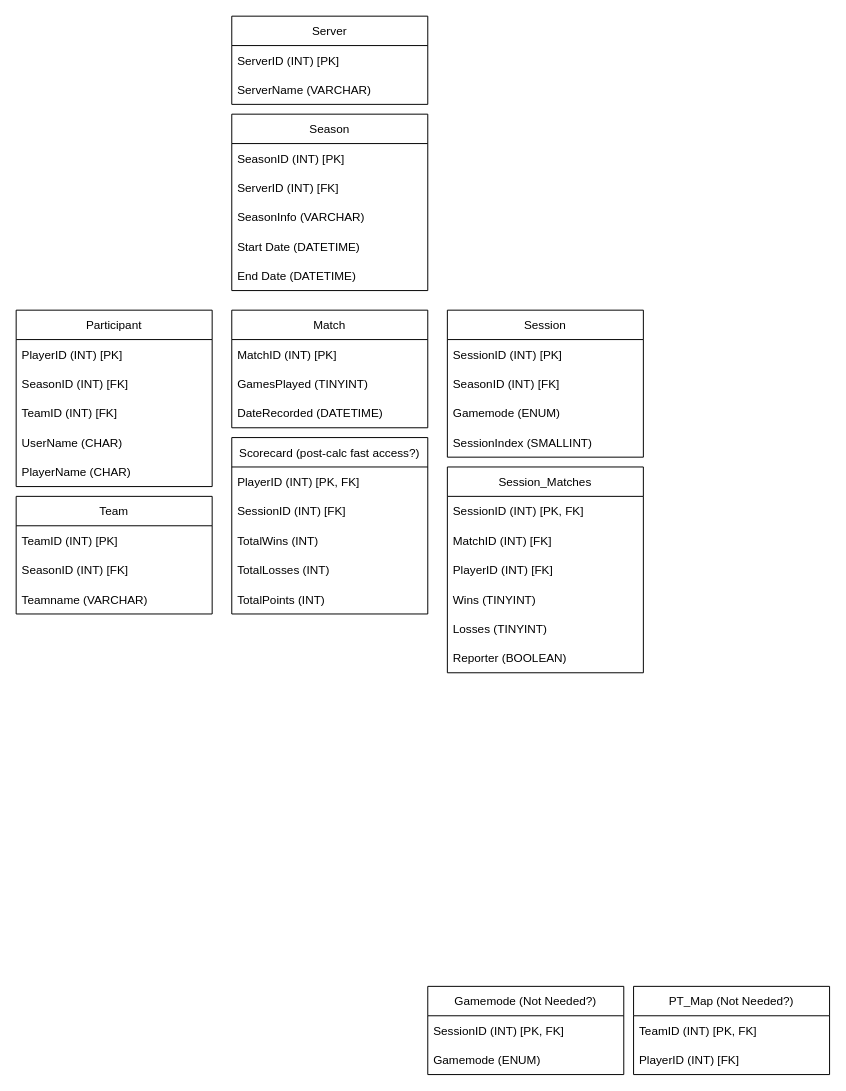
Above: TourneyBotDB.drawio in SpencerRSMS/TourneyBot (draw.io), before the change. Source tidied: cells renumbered, new cells numbered last; positions are measured from the earlier drawing's top-left corner, leaving out a move shared by most shapes. Both pictures are drawn from the tidied source at 98%, with x=0, y=0 at pixel (16, 16).
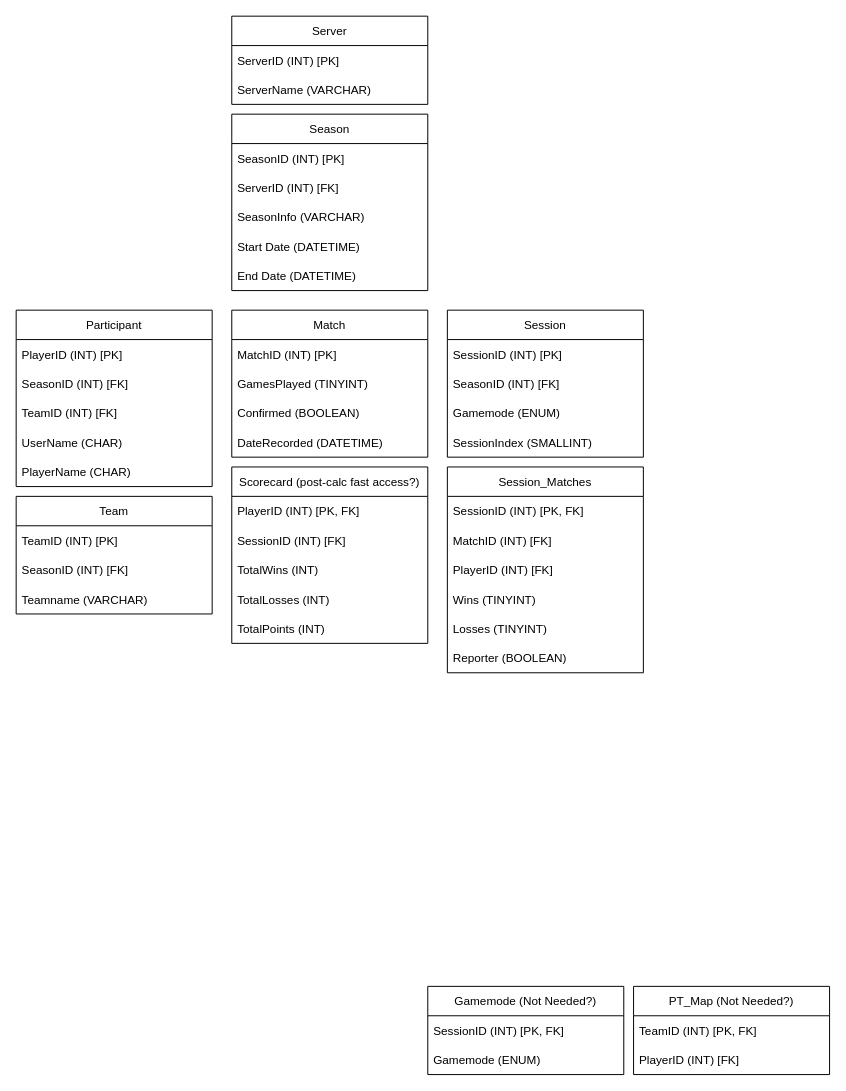
After the change.

Commit message:
Added "Confirmed" attrib to Match table for data confirmation

What changed in the source:
```diff
@@
     <mxCell id="17" value="Match" style="swimlane;fontStyle=0;horizontal=1;startSize=30;" parent="1" vertex="1">
-      <mxGeometry x="220" y="300" width="200" height="120" as="geometry" />
+      <mxGeometry x="220" y="300" width="200" height="150" as="geometry" />
     </mxCell>
@@
+    <mxCell id="49" value="Confirmed (BOOLEAN)" style="text;strokeColor=none;fillColor=none;align=left;verticalAlign=middle;spacingLeft=4;spacingRight=4;overflow=hidden;" parent="17" vertex="1">
+      <mxGeometry y="90" width="200" height="30" as="geometry" />
+    </mxCell>
     <mxCell id="20" value="DateRecorded (DATETIME)" style="text;strokeColor=none;fillColor=none;align=left;verticalAlign=middle;spacingLeft=4;spacingRight=4;overflow=hidden;" parent="17" vertex="1">
-      <mxGeometry y="90" width="200" height="30" as="geometry" />
+      <mxGeometry y="120" width="200" height="30" as="geometry" />
     </mxCell>
@@
     <mxCell id="36" value="Scorecard (post-calc fast access?)" style="swimlane;fontStyle=0;horizontal=1;startSize=30;" parent="1" vertex="1">
-      <mxGeometry x="220" y="430" width="200" height="180" as="geometry" />
+      <mxGeometry x="220" y="460" width="200" height="180" as="geometry" />
     </mxCell>
```
